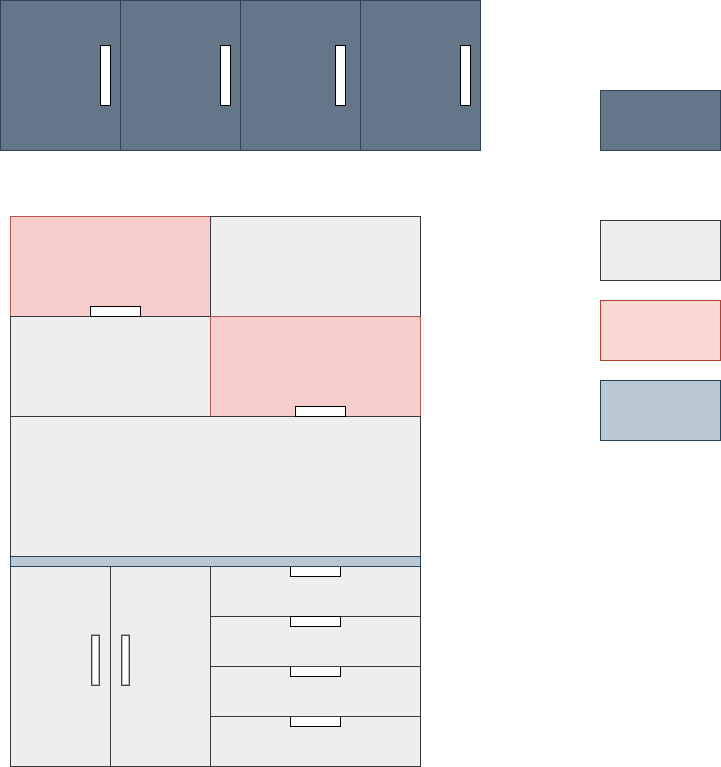
Above: Final/cockery unit.drawio.png in suresh-legato/Design (draw.io), before the change. Source tidied: cells renumbered, new cells last; positions are measured from the earlier drawing's top-left corner, leaving out a move shared by most shapes.
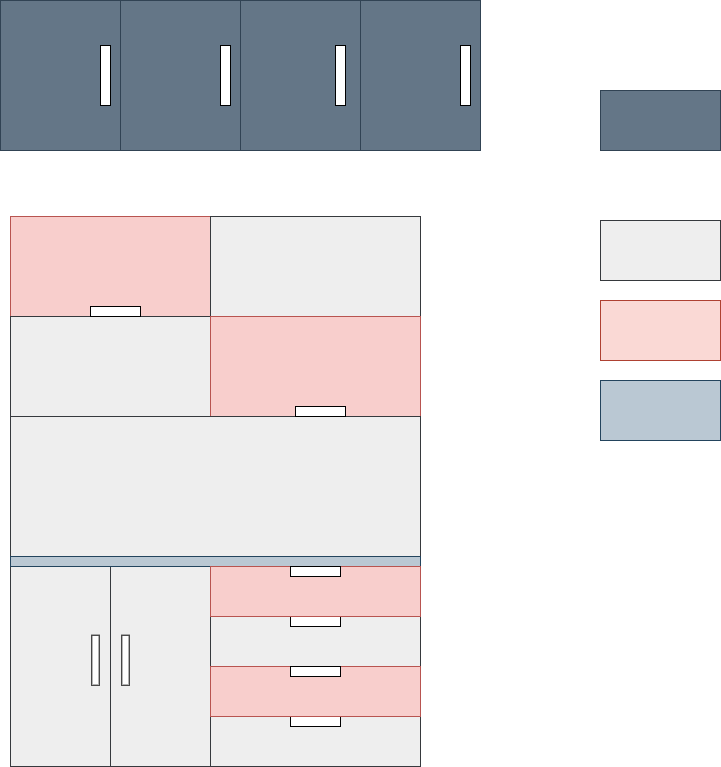
After the commit.

What changed in the source:
```diff
@@ -38,7 +38,7 @@
     <mxCell id="13" style="rounded=0;whiteSpace=wrap;html=1;rotation=90;" parent="9" vertex="1">
       <mxGeometry x="60" y="90" width="50" height="7.4" as="geometry" />
     </mxCell>
-    <mxCell id="14" style="group;" parent="1" vertex="1">
+    <mxCell id="14" style="group;fillColor=#f8cecc;strokeColor=#b85450;" parent="1" vertex="1">
       <mxGeometry x="210" y="716" width="210" height="50" as="geometry" />
     </mxCell>
     <mxCell id="15" style="rounded=0;whiteSpace=wrap;html=1;fillColor=#eeeeee;strokeColor=#36393d;" parent="14" vertex="1">
@@ -47,25 +47,13 @@
     <mxCell id="16" style="rounded=0;whiteSpace=wrap;html=1;" parent="14" vertex="1">
       <mxGeometry x="80" width="50" height="10" as="geometry" />
     </mxCell>
-    <mxCell id="17" style="group;" parent="1" vertex="1">
+    <mxCell id="17" style="group;fillColor=#f8cecc;strokeColor=#b85450;" parent="1" vertex="1">
       <mxGeometry x="210" y="566" width="210" height="50" as="geometry" />
     </mxCell>
-    <mxCell id="18" style="rounded=0;whiteSpace=wrap;html=1;fillColor=#eeeeee;strokeColor=#36393d;" parent="17" vertex="1">
-      <mxGeometry width="210" height="50" as="geometry" />
-    </mxCell>
-    <mxCell id="19" style="rounded=0;whiteSpace=wrap;html=1;" parent="17" vertex="1">
-      <mxGeometry x="80" width="50" height="10" as="geometry" />
-    </mxCell>
-    <mxCell id="20" style="group;" parent="1" vertex="1">
+    <mxCell id="20" style="group;fillColor=#f8cecc;strokeColor=#b85450;" parent="1" vertex="1">
       <mxGeometry x="210" y="666" width="210" height="50" as="geometry" />
     </mxCell>
-    <mxCell id="21" style="rounded=0;whiteSpace=wrap;html=1;fillColor=#eeeeee;strokeColor=#36393d;" parent="20" vertex="1">
-      <mxGeometry width="210" height="50" as="geometry" />
-    </mxCell>
-    <mxCell id="22" style="rounded=0;whiteSpace=wrap;html=1;" parent="20" vertex="1">
-      <mxGeometry x="80" width="50" height="10" as="geometry" />
-    </mxCell>
-    <mxCell id="23" style="group;" parent="1" vertex="1">
+    <mxCell id="23" style="group;fillColor=#f8cecc;strokeColor=#b85450;" parent="1" vertex="1">
       <mxGeometry x="210" y="616" width="210" height="50" as="geometry" />
     </mxCell>
     <mxCell id="24" style="rounded=0;whiteSpace=wrap;html=1;fillColor=#eeeeee;strokeColor=#36393d;" parent="23" vertex="1">
@@ -116,5 +104,26 @@
     <mxCell id="39" style="rounded=0;whiteSpace=wrap;html=1;fillColor=#647687;fontColor=#ffffff;strokeColor=#314354;" parent="1" vertex="1">
       <mxGeometry x="600" y="90" width="120" height="60" as="geometry" />
     </mxCell>
+    <mxCell id="40" style="group;" parent="1" vertex="1">
+      <mxGeometry x="210" y="566" width="210" height="50" as="geometry" />
+    </mxCell>
+    <mxCell id="18" style="rounded=0;whiteSpace=wrap;html=1;fillColor=#f8cecc;strokeColor=#b85450;" parent="40" vertex="1">
+      <mxGeometry width="210" height="50" as="geometry" />
+    </mxCell>
+    <mxCell id="19" style="rounded=0;whiteSpace=wrap;html=1;" parent="40" vertex="1">
+      <mxGeometry x="80" width="50" height="10" as="geometry" />
+    </mxCell>
+    <mxCell id="41" style="group;" parent="1" vertex="1">
+      <mxGeometry x="210" y="666" width="210" height="50" as="geometry" />
+    </mxCell>
+    <mxCell id="42" style="group;" parent="41" vertex="1">
+      <mxGeometry width="210" height="50" as="geometry" />
+    </mxCell>
+    <mxCell id="21" style="rounded=0;whiteSpace=wrap;html=1;fillColor=#f8cecc;strokeColor=#b85450;" parent="42" vertex="1">
+      <mxGeometry width="210" height="50" as="geometry" />
+    </mxCell>
+    <mxCell id="22" style="rounded=0;whiteSpace=wrap;html=1;" parent="42" vertex="1">
+      <mxGeometry x="80" width="50" height="10" as="geometry" />
+    </mxCell>
   </root>
 </mxGraphModel>
```
